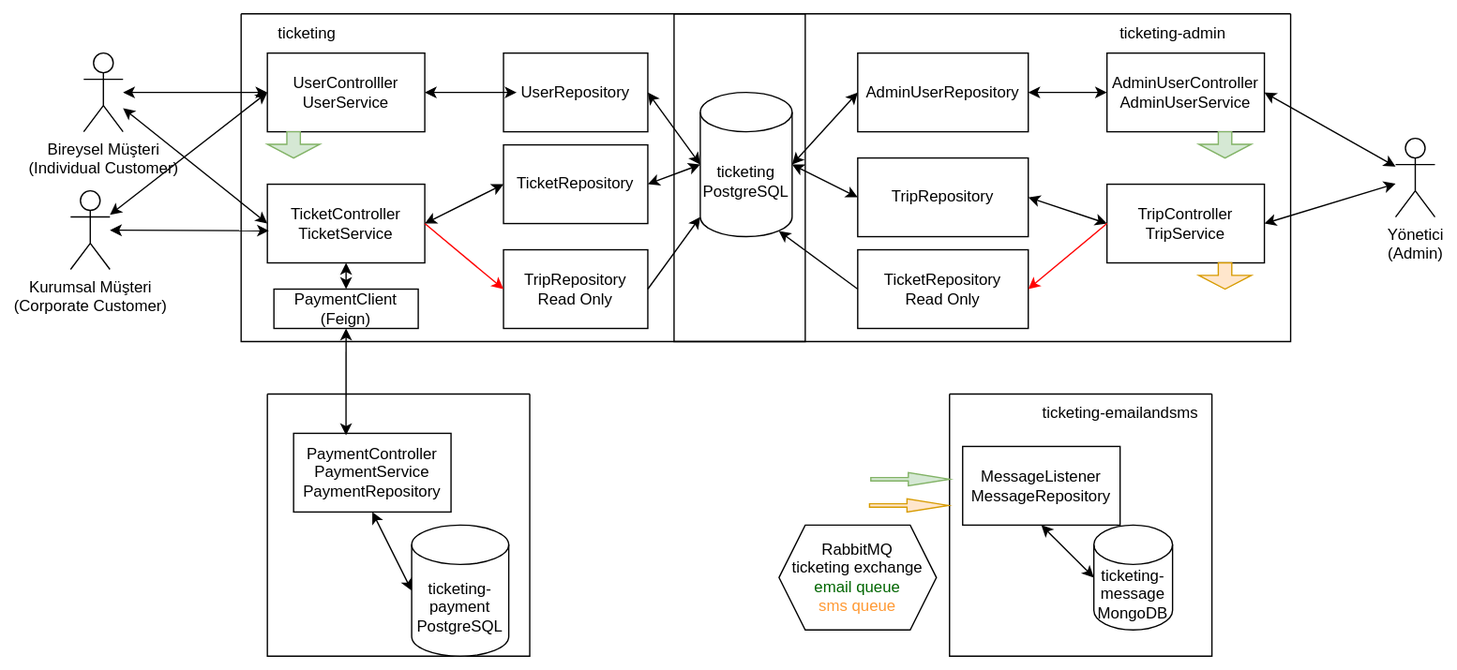
Before: ticketing-diagram.svg, a diagram exported from draw.io (mustafa-001/ticketing). Source tidied: cells renumbered, new cells last; positions are measured from the earlier drawing's top-left corner, leaving out a move shared by most shapes.
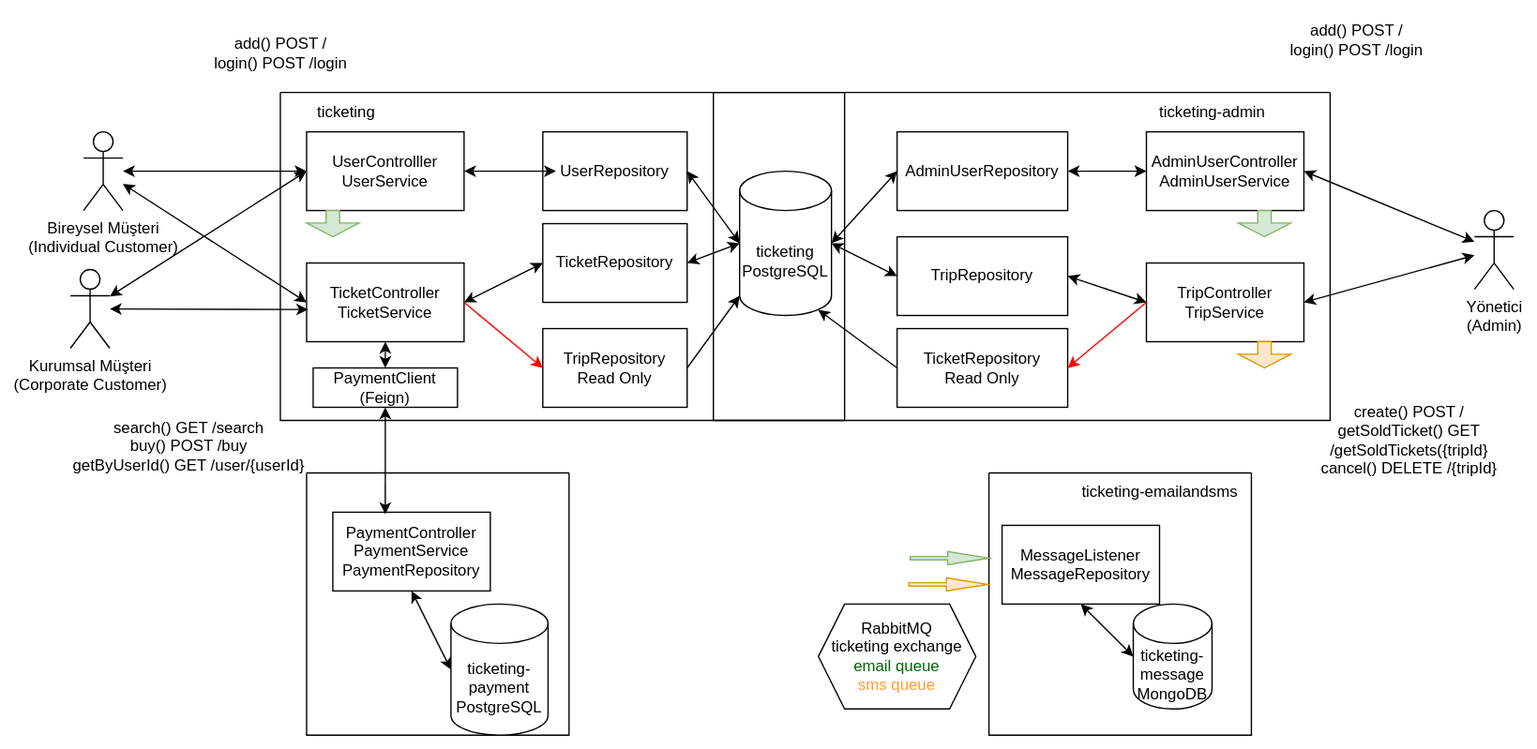
The same file after the commit.

Commit message:
Update README.md Update diagram. Refactor RabbitMQ routing keys to be read from application.properties file on each use.

Change to the diagram source:
```diff
@@ -142,10 +142,10 @@
       <mxGeometry relative="1" as="geometry" />
     </mxCell>
     <mxCell id="47" value="Bireysel Müşteri&lt;br&gt;(Individual Customer)" style="shape=umlActor;verticalLabelPosition=bottom;verticalAlign=top;html=1;outlineConnect=0;fontColor=#000000;" parent="1" vertex="1">
-      <mxGeometry x="10" y="30" width="30" height="60" as="geometry" />
+      <mxGeometry x="-20" y="30" width="30" height="60" as="geometry" />
     </mxCell>
     <mxCell id="48" value="Kurumsal Müşteri&lt;br&gt;(Corporate Customer)" style="shape=umlActor;verticalLabelPosition=bottom;verticalAlign=top;html=1;outlineConnect=0;fontColor=#000000;" parent="1" vertex="1">
-      <mxGeometry y="135" width="30" height="60" as="geometry" />
+      <mxGeometry x="-30" y="135" width="30" height="60" as="geometry" />
     </mxCell>
     <mxCell id="49" style="endArrow=classic;startArrow=classic;html=1;rounded=0;fontColor=#000000;entryX=0;entryY=0.5;entryDx=0;entryDy=0;" parent="1" edge="1" source="48" target="4">
       <mxGeometry relative="1" as="geometry" />
@@ -160,7 +160,7 @@
       <mxGeometry relative="1" as="geometry" />
     </mxCell>
     <mxCell id="53" value="Yönetici&lt;br&gt;(Admin)" style="shape=umlActor;verticalLabelPosition=bottom;verticalAlign=top;html=1;outlineConnect=0;fontColor=#000000;" parent="1" vertex="1">
-      <mxGeometry x="1010" y="95" width="30" height="60" as="geometry" />
+      <mxGeometry x="1040" y="90" width="30" height="60" as="geometry" />
     </mxCell>
     <mxCell id="54" style="endArrow=classic;startArrow=classic;html=1;rounded=0;fontColor=#000000;exitX=1;exitY=0.5;exitDx=0;exitDy=0;" parent="1" edge="1" source="18" target="53">
       <mxGeometry relative="1" as="geometry" />
@@ -168,5 +168,17 @@
     <mxCell id="55" style="endArrow=classic;startArrow=classic;html=1;rounded=0;fontColor=#000000;entryX=1;entryY=0.5;entryDx=0;entryDy=0;" parent="1" edge="1" source="53" target="17">
       <mxGeometry relative="1" as="geometry" />
     </mxCell>
+    <mxCell id="56" value="add() POST /&lt;br&gt;login() POST /login" style="text;html=1;align=center;verticalAlign=middle;strokeColor=none;fillColor=none;" parent="1" vertex="1">
+      <mxGeometry x="70" y="-50" width="120" height="40" as="geometry" />
+    </mxCell>
+    <mxCell id="57" value="search() GET /search&lt;br&gt;buy() POST /buy&lt;br&gt;getByUserId() GET /user/{userId}" style="text;html=1;align=center;verticalAlign=middle;strokeColor=none;fillColor=none;" parent="1" vertex="1">
+      <mxGeometry x="-40" y="240" width="200" height="60" as="geometry" />
+    </mxCell>
+    <mxCell id="58" value="add() POST /&lt;br&gt;login() POST /login" style="text;html=1;align=center;verticalAlign=middle;strokeColor=none;fillColor=none;" parent="1" vertex="1">
+      <mxGeometry x="890" y="-60" width="120" height="40" as="geometry" />
+    </mxCell>
+    <mxCell id="59" value="create() POST /&lt;br&gt;getSoldTicket() GET &lt;br&gt;/getSoldTickets({tripId}&lt;br&gt;cancel() DELETE /{tripId}" style="text;html=1;align=center;verticalAlign=middle;strokeColor=none;fillColor=none;" parent="1" vertex="1">
+      <mxGeometry x="910" y="230" width="160" height="70" as="geometry" />
+    </mxCell>
   </root>
 </mxGraphModel>
```
